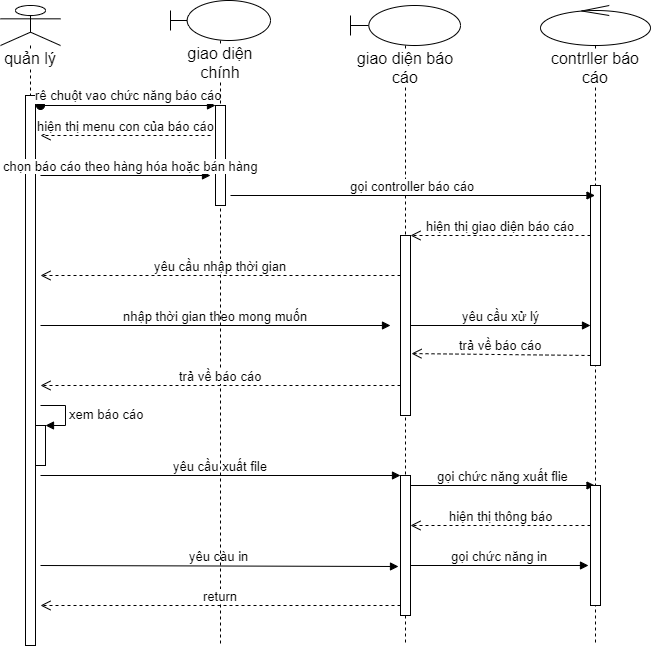
The draw.io diagram bieudo/sequence-baocao.png in vanlinhnguyeued/PTTKHTHDT, before a commit. Source tidied: cells renumbered, new cells last; positions are measured from the earlier drawing's top-left corner, leaving out a move shared by most shapes. Its diagram source:
```xml
<mxGraphModel>
  <root>
    <mxCell id="0" />
    <mxCell id="1" parent="0" />
    <mxCell id="2" value="quản lý" style="shape=umlLifeline;participant=umlActor;perimeter=lifelinePerimeter;whiteSpace=wrap;html=1;verticalAlign=top;spacingTop=36;labelBackgroundColor=#ffffff;fontSize=16;" parent="1" vertex="1">
      <mxGeometry y="5" width="60" height="640" as="geometry" />
    </mxCell>
    <mxCell id="3" style="html=1;perimeter=orthogonalPerimeter;fontSize=14;" parent="2" vertex="1">
      <mxGeometry x="25" y="90" width="10" height="550" as="geometry" />
    </mxCell>
    <mxCell id="4" value="nhập thời gian theo mong muốn" style="html=1;verticalAlign=bottom;endArrow=block;fontSize=13;" parent="2" edge="1">
      <mxGeometry relative="1" as="geometry">
        <mxPoint x="40" y="320" as="sourcePoint" />
        <mxPoint x="390" y="320" as="targetPoint" />
      </mxGeometry>
    </mxCell>
    <mxCell id="5" style="html=1;points=[];perimeter=orthogonalPerimeter;fontSize=13;" parent="2" vertex="1">
      <mxGeometry x="35" y="420" width="10" height="40" as="geometry" />
    </mxCell>
    <mxCell id="6" value="xem báo cáo" style="edgeStyle=orthogonalEdgeStyle;html=1;align=left;spacingLeft=2;endArrow=block;rounded=0;entryX=1;entryY=0;fontSize=13;" parent="2" edge="1" target="5">
      <mxGeometry relative="1" as="geometry">
        <mxPoint x="40" y="400" as="sourcePoint" />
        <Array as="points">
          <mxPoint x="65" y="400" />
        </Array>
      </mxGeometry>
    </mxCell>
    <mxCell id="7" value="yêu cầu xuất file" style="html=1;verticalAlign=bottom;endArrow=block;fontSize=13;" parent="2" edge="1">
      <mxGeometry relative="1" as="geometry">
        <mxPoint x="40" y="470" as="sourcePoint" />
        <mxPoint x="400" y="470" as="targetPoint" />
      </mxGeometry>
    </mxCell>
    <mxCell id="8" value="yêu càu in" style="html=1;verticalAlign=bottom;endArrow=block;fontSize=13;entryX=-0.2;entryY=0.65;entryDx=0;entryDy=0;entryPerimeter=0;" parent="2" edge="1" target="13">
      <mxGeometry relative="1" as="geometry">
        <mxPoint x="40" y="560" as="sourcePoint" />
      </mxGeometry>
    </mxCell>
    <mxCell id="9" value="giao diện báo cáo" style="shape=umlLifeline;participant=umlBoundary;perimeter=lifelinePerimeter;whiteSpace=wrap;html=1;verticalAlign=top;spacingTop=36;labelBackgroundColor=#ffffff;fontSize=16;" parent="1" vertex="1">
      <mxGeometry x="350" y="5" width="110" height="640" as="geometry" />
    </mxCell>
    <mxCell id="10" value="&lt;font style=&quot;font-size: 13px&quot;&gt;rê chuột vao chức năng báo cáo&lt;/font&gt;" style="html=1;verticalAlign=bottom;startArrow=oval;endArrow=block;startSize=8;fontSize=16;" parent="9" edge="1" target="21">
      <mxGeometry relative="1" as="geometry">
        <mxPoint x="-310" y="100" as="sourcePoint" />
      </mxGeometry>
    </mxCell>
    <mxCell id="11" style="html=1;points=[];perimeter=orthogonalPerimeter;fontSize=13;" parent="9" vertex="1">
      <mxGeometry x="50" y="230" width="10" height="180" as="geometry" />
    </mxCell>
    <mxCell id="12" value="yêu cầu xử lý" style="html=1;verticalAlign=bottom;endArrow=block;fontSize=13;" parent="9" edge="1" source="11">
      <mxGeometry relative="1" as="geometry">
        <mxPoint x="240" y="320" as="targetPoint" />
      </mxGeometry>
    </mxCell>
    <mxCell id="13" style="html=1;points=[];perimeter=orthogonalPerimeter;fontSize=13;" parent="9" vertex="1">
      <mxGeometry x="50" y="470" width="10" height="140" as="geometry" />
    </mxCell>
    <mxCell id="14" value="gọi chức năng xuất flie" style="html=1;verticalAlign=bottom;endArrow=block;fontSize=13;" parent="9" edge="1" target="16">
      <mxGeometry relative="1" as="geometry">
        <mxPoint x="60" y="480" as="sourcePoint" />
      </mxGeometry>
    </mxCell>
    <mxCell id="15" value="gọi chức năng in" style="html=1;verticalAlign=bottom;endArrow=block;fontSize=13;" parent="9" edge="1">
      <mxGeometry relative="1" as="geometry">
        <mxPoint x="60" y="560" as="sourcePoint" />
        <mxPoint x="238" y="560" as="targetPoint" />
      </mxGeometry>
    </mxCell>
    <mxCell id="16" value="contrller báo cáo" style="shape=umlLifeline;participant=umlControl;perimeter=lifelinePerimeter;whiteSpace=wrap;html=1;verticalAlign=top;spacingTop=36;labelBackgroundColor=#ffffff;outlineConnect=0;fontSize=16;" parent="1" vertex="1">
      <mxGeometry x="540" y="5" width="110" height="640" as="geometry" />
    </mxCell>
    <mxCell id="17" style="html=1;perimeter=orthogonalPerimeter;fontSize=13;" parent="16" vertex="1">
      <mxGeometry x="50" y="180" width="10" height="180" as="geometry" />
    </mxCell>
    <mxCell id="18" style="html=1;perimeter=orthogonalPerimeter;fontSize=13;" parent="16" vertex="1">
      <mxGeometry x="50" y="480" width="10" height="120" as="geometry" />
    </mxCell>
    <mxCell id="19" value="giao diện chính" style="shape=umlLifeline;participant=umlBoundary;perimeter=lifelinePerimeter;whiteSpace=wrap;html=1;verticalAlign=top;spacingTop=36;labelBackgroundColor=#ffffff;fontSize=16;" parent="1" vertex="1">
      <mxGeometry x="170" width="100" height="645" as="geometry" />
    </mxCell>
    <mxCell id="20" value="gọi controller báo cáo" style="html=1;verticalAlign=bottom;endArrow=block;fontSize=13;" parent="19" edge="1" target="16">
      <mxGeometry relative="1" as="geometry">
        <mxPoint x="60" y="195" as="sourcePoint" />
      </mxGeometry>
    </mxCell>
    <mxCell id="21" style="html=1;points=[];perimeter=orthogonalPerimeter;fontSize=16;" parent="1" vertex="1">
      <mxGeometry x="215" y="105" width="10" height="100" as="geometry" />
    </mxCell>
    <mxCell id="22" value="hiện thị menu con của báo cáo" style="html=1;verticalAlign=bottom;endArrow=open;dashed=1;endSize=8;fontSize=13;" parent="1" edge="1">
      <mxGeometry relative="1" as="geometry">
        <mxPoint x="210" y="135" as="sourcePoint" />
        <mxPoint x="40" y="135" as="targetPoint" />
      </mxGeometry>
    </mxCell>
    <mxCell id="23" value="chọn báo cáo theo hàng hóa hoặc bán hàng" style="html=1;verticalAlign=bottom;endArrow=block;fontSize=13;" parent="1" edge="1">
      <mxGeometry x="0.06" relative="1" as="geometry">
        <mxPoint x="40" y="175" as="sourcePoint" />
        <mxPoint x="210" y="175" as="targetPoint" />
      </mxGeometry>
    </mxCell>
    <mxCell id="24" value="hiện thị giao diện báo cáo" style="html=1;verticalAlign=bottom;endArrow=open;dashed=1;endSize=8;fontSize=13;" parent="1" edge="1">
      <mxGeometry relative="1" as="geometry">
        <mxPoint x="590" y="235" as="sourcePoint" />
        <mxPoint x="410" y="235" as="targetPoint" />
      </mxGeometry>
    </mxCell>
    <mxCell id="25" value="yêu cầu nhập thời gian" style="html=1;verticalAlign=bottom;endArrow=open;dashed=1;endSize=8;fontSize=13;" parent="1" edge="1">
      <mxGeometry relative="1" as="geometry">
        <mxPoint x="400" y="275" as="sourcePoint" />
        <mxPoint x="40" y="275" as="targetPoint" />
      </mxGeometry>
    </mxCell>
    <mxCell id="26" value="trả về báo cáo" style="html=1;verticalAlign=bottom;endArrow=open;dashed=1;endSize=8;fontSize=13;entryX=1.1;entryY=0.656;entryDx=0;entryDy=0;entryPerimeter=0;" parent="1" edge="1" target="11">
      <mxGeometry relative="1" as="geometry">
        <mxPoint x="590" y="355" as="sourcePoint" />
      </mxGeometry>
    </mxCell>
    <mxCell id="27" value="trả về báo cáo" style="html=1;verticalAlign=bottom;endArrow=open;dashed=1;endSize=8;fontSize=13;" parent="1" edge="1">
      <mxGeometry relative="1" as="geometry">
        <mxPoint x="400" y="385" as="sourcePoint" />
        <mxPoint x="40" y="385" as="targetPoint" />
      </mxGeometry>
    </mxCell>
    <mxCell id="28" value="hiện thị thông báo" style="html=1;verticalAlign=bottom;endArrow=open;dashed=1;endSize=8;fontSize=13;" parent="1" edge="1" target="13">
      <mxGeometry relative="1" as="geometry">
        <mxPoint x="590" y="525" as="sourcePoint" />
      </mxGeometry>
    </mxCell>
    <mxCell id="29" value="return" style="html=1;verticalAlign=bottom;endArrow=open;dashed=1;endSize=8;fontSize=13;" parent="1" edge="1">
      <mxGeometry relative="1" as="geometry">
        <mxPoint x="400" y="605" as="sourcePoint" />
        <mxPoint x="40" y="605" as="targetPoint" />
      </mxGeometry>
    </mxCell>
  </root>
</mxGraphModel>
```
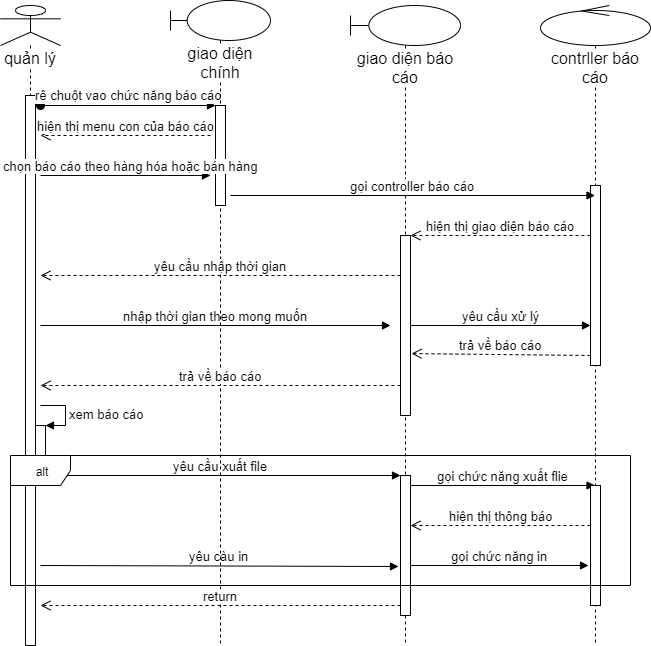
After the commit.

Diff of the diagram source:
```diff
@@ -132,5 +132,8 @@
         <mxPoint x="40" y="605" as="targetPoint" />
       </mxGeometry>
     </mxCell>
+    <mxCell id="30" value="alt" style="shape=umlFrame;whiteSpace=wrap;html=1;" parent="1" vertex="1">
+      <mxGeometry x="10" y="455" width="620" height="130" as="geometry" />
+    </mxCell>
   </root>
 </mxGraphModel>
```
